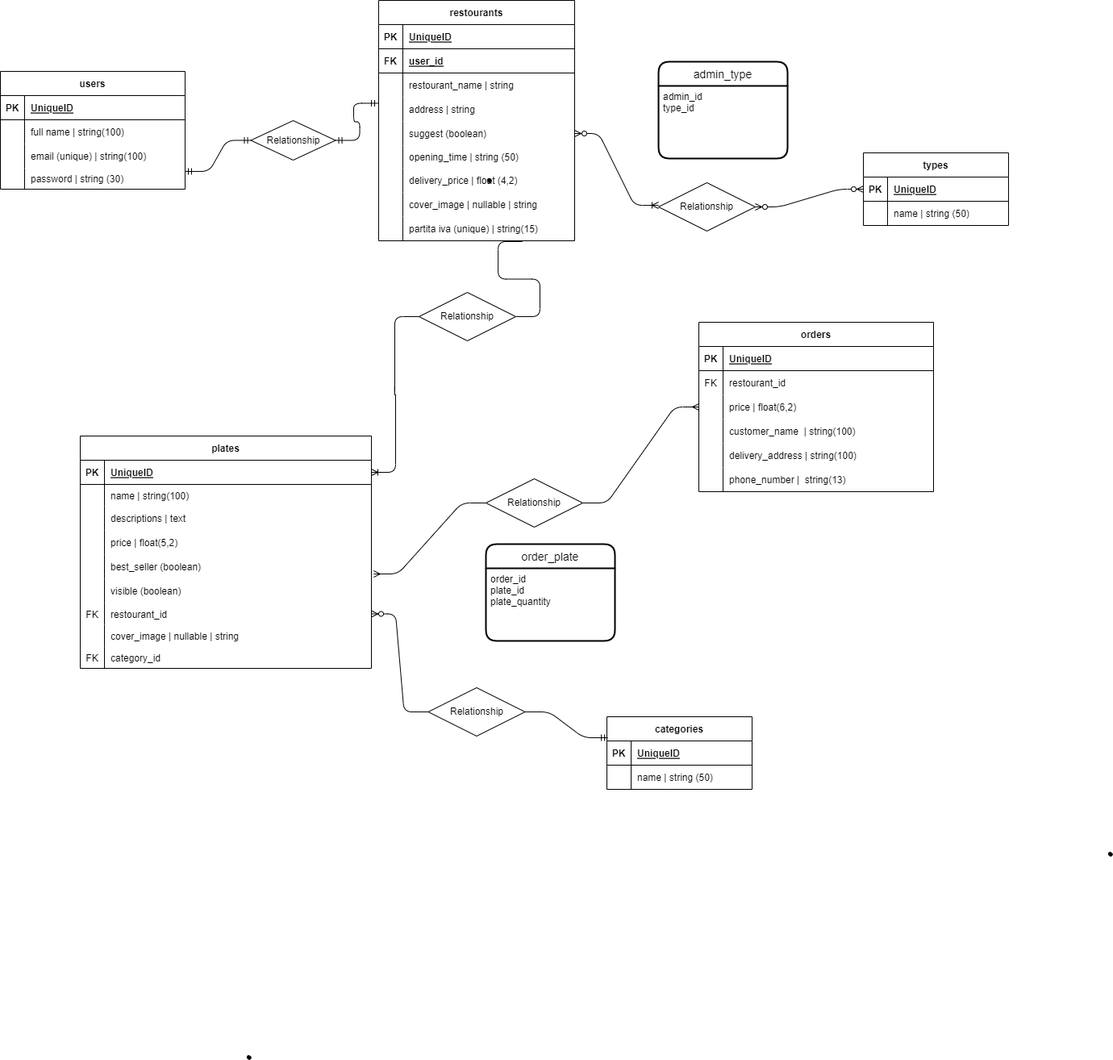
This is Documentation/final-graph.png from sweet202020/DeliveBoo, a draw.io export, as it was before one commit. Source tidied: cells renumbered, new cells last; positions are measured from the earlier drawing's top-left corner, leaving out a move shared by most shapes.
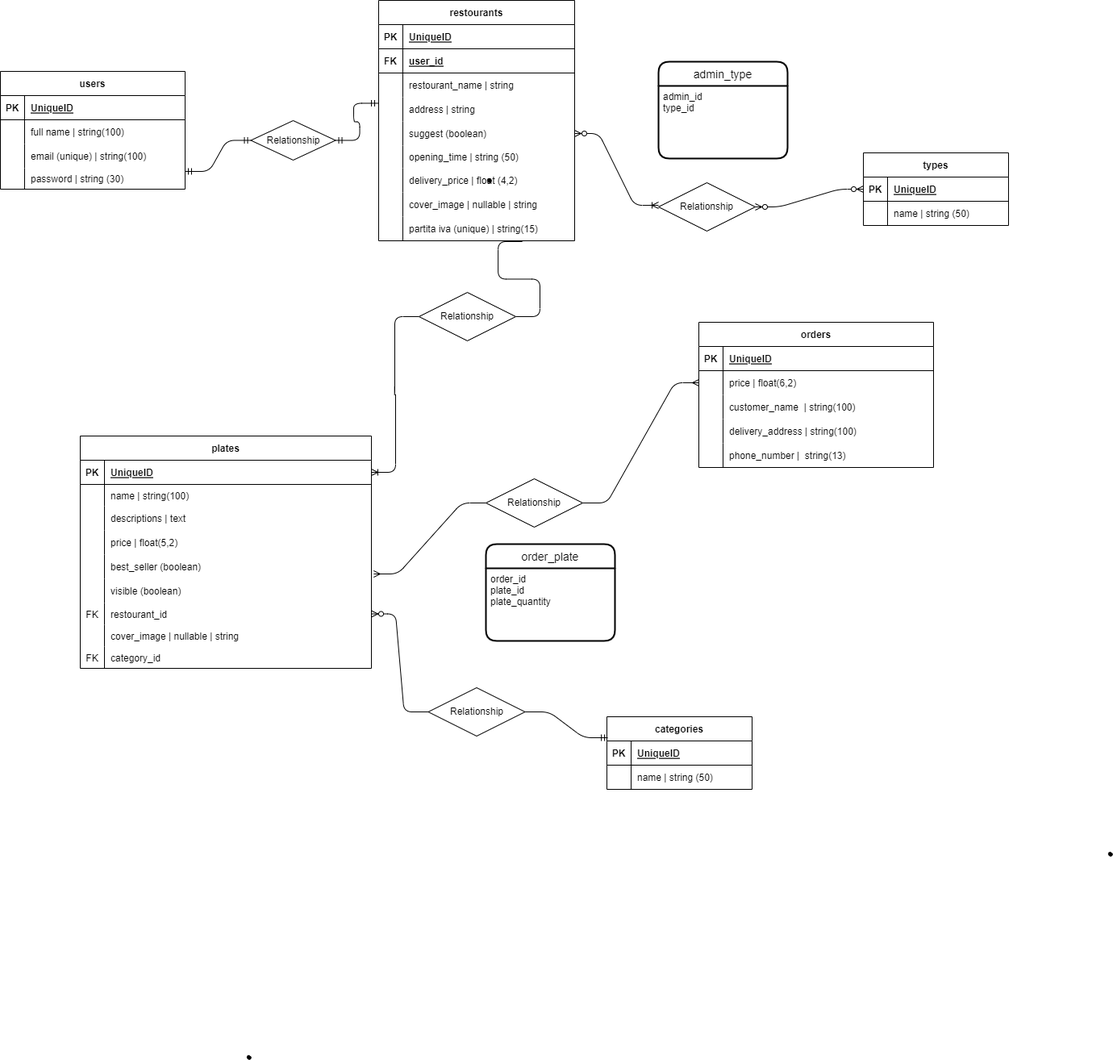
The same file after the commit.

The edit, as a diff of the source:
```diff
@@ -144,7 +144,7 @@
       <mxGeometry relative="1" as="geometry" />
     </mxCell>
     <mxCell id="49" value="orders" style="shape=table;startSize=30;rowLines=0;fontStyle=1;align=center;" parent="1" vertex="1">
-      <mxGeometry x="866" y="399" width="291" height="210" as="geometry" />
+      <mxGeometry x="866" y="399" width="291" height="180" as="geometry" />
     </mxCell>
     <mxCell id="50" style="shape=tableRow;horizontal=0;startSize=0;swimlaneHead=0;swimlaneBody=0;fillColor=none;top=0;left=0;right=0;bottom=1;" parent="49" vertex="1">
       <mxGeometry y="30" width="291" height="30" as="geometry" />
@@ -155,17 +155,8 @@
     <mxCell id="52" value="UniqueID" style="shape=partialRectangle;fillColor=none;top=0;left=0;bottom=0;right=0;align=left;spacingLeft=6;fontStyle=5;overflow=hidden;" parent="50" vertex="1">
       <mxGeometry x="30" width="261" height="30" as="geometry" />
     </mxCell>
-    <mxCell id="53" style="shape=tableRow;horizontal=0;startSize=0;swimlaneHead=0;swimlaneBody=0;fillColor=none;top=0;left=0;right=0;bottom=0;" parent="49" vertex="1">
-      <mxGeometry y="60" width="291" height="30" as="geometry" />
-    </mxCell>
-    <mxCell id="54" value="FK" style="shape=partialRectangle;fillColor=none;top=0;left=0;bottom=0;right=0;overflow=hidden;" parent="53" vertex="1">
-      <mxGeometry width="30" height="30" as="geometry" />
-    </mxCell>
-    <mxCell id="55" value="restourant_id " style="shape=partialRectangle;fillColor=none;top=0;left=0;bottom=0;right=0;align=left;spacingLeft=6;overflow=hidden;" parent="53" vertex="1">
-      <mxGeometry x="30" width="261" height="30" as="geometry" />
-    </mxCell>
     <mxCell id="56" style="shape=tableRow;horizontal=0;startSize=0;swimlaneHead=0;swimlaneBody=0;fillColor=none;points=[[0,0.5],[1,0.5]];portConstraint=eastwest;top=0;left=0;right=0;bottom=0;" parent="49" vertex="1">
-      <mxGeometry y="90" width="291" height="30" as="geometry" />
+      <mxGeometry y="60" width="291" height="30" as="geometry" />
     </mxCell>
     <mxCell id="57" style="shape=partialRectangle;fillColor=none;top=0;left=0;bottom=0;right=0;overflow=hidden;" parent="56" vertex="1">
       <mxGeometry width="30" height="30" as="geometry" />
@@ -174,7 +165,7 @@
       <mxGeometry x="30" width="261" height="30" as="geometry" />
     </mxCell>
     <mxCell id="59" style="shape=tableRow;horizontal=0;startSize=0;swimlaneHead=0;swimlaneBody=0;fillColor=none;top=0;left=0;right=0;bottom=0;" parent="49" vertex="1">
-      <mxGeometry y="120" width="291" height="30" as="geometry" />
+      <mxGeometry y="90" width="291" height="30" as="geometry" />
     </mxCell>
     <mxCell id="60" style="shape=partialRectangle;fillColor=none;top=0;left=0;bottom=0;right=0;overflow=hidden;" parent="59" vertex="1">
       <mxGeometry width="30" height="30" as="geometry" />
@@ -183,7 +174,7 @@
       <mxGeometry x="30" width="261" height="30" as="geometry" />
     </mxCell>
     <mxCell id="62" style="shape=tableRow;horizontal=0;startSize=0;swimlaneHead=0;swimlaneBody=0;fillColor=none;top=0;left=0;right=0;bottom=0;" parent="49" vertex="1">
-      <mxGeometry y="150" width="291" height="30" as="geometry" />
+      <mxGeometry y="120" width="291" height="30" as="geometry" />
     </mxCell>
     <mxCell id="63" style="shape=partialRectangle;fillColor=none;top=0;left=0;bottom=0;right=0;overflow=hidden;" parent="62" vertex="1">
       <mxGeometry width="30" height="30" as="geometry" />
@@ -192,7 +183,7 @@
       <mxGeometry x="30" width="261" height="30" as="geometry" />
     </mxCell>
     <mxCell id="65" style="shape=tableRow;horizontal=0;startSize=0;swimlaneHead=0;swimlaneBody=0;fillColor=none;top=0;left=0;right=0;bottom=0;" parent="49" vertex="1">
-      <mxGeometry y="180" width="291" height="30" as="geometry" />
+      <mxGeometry y="150" width="291" height="30" as="geometry" />
     </mxCell>
     <mxCell id="66" style="shape=partialRectangle;fillColor=none;top=0;left=0;bottom=0;right=0;overflow=hidden;" parent="65" vertex="1">
       <mxGeometry width="30" height="30" as="geometry" />
```
